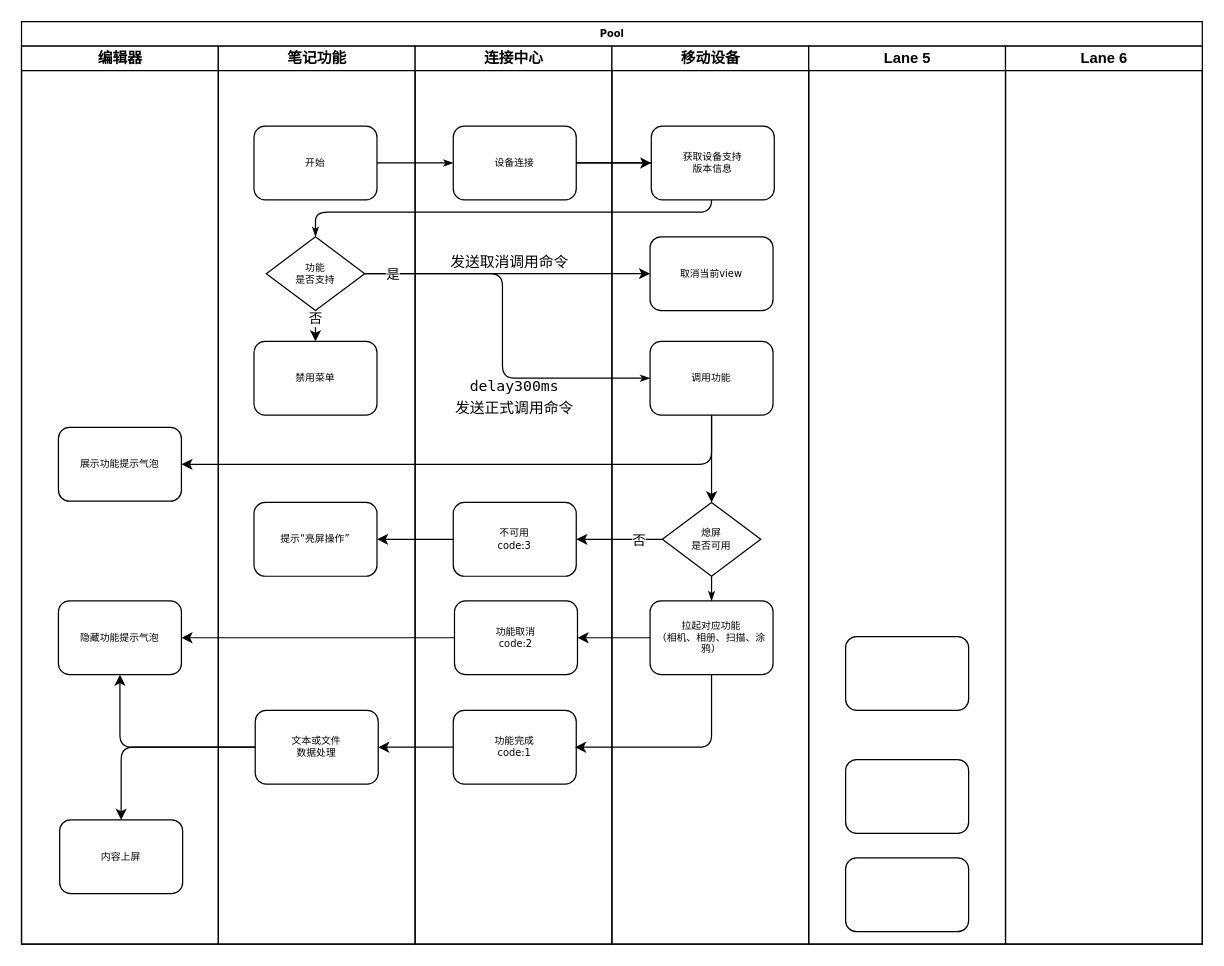
Earlier version of the draw.io diagram 设备调用流程.drawio (FElxy/notes). Source tidied: cells renumbered, new cells numbered last; positions are measured from the earlier drawing's top-left corner, leaving out a move shared by most shapes. Both pictures are drawn from the tidied source at 123%, with x=0, y=0 at pixel (21, 21).
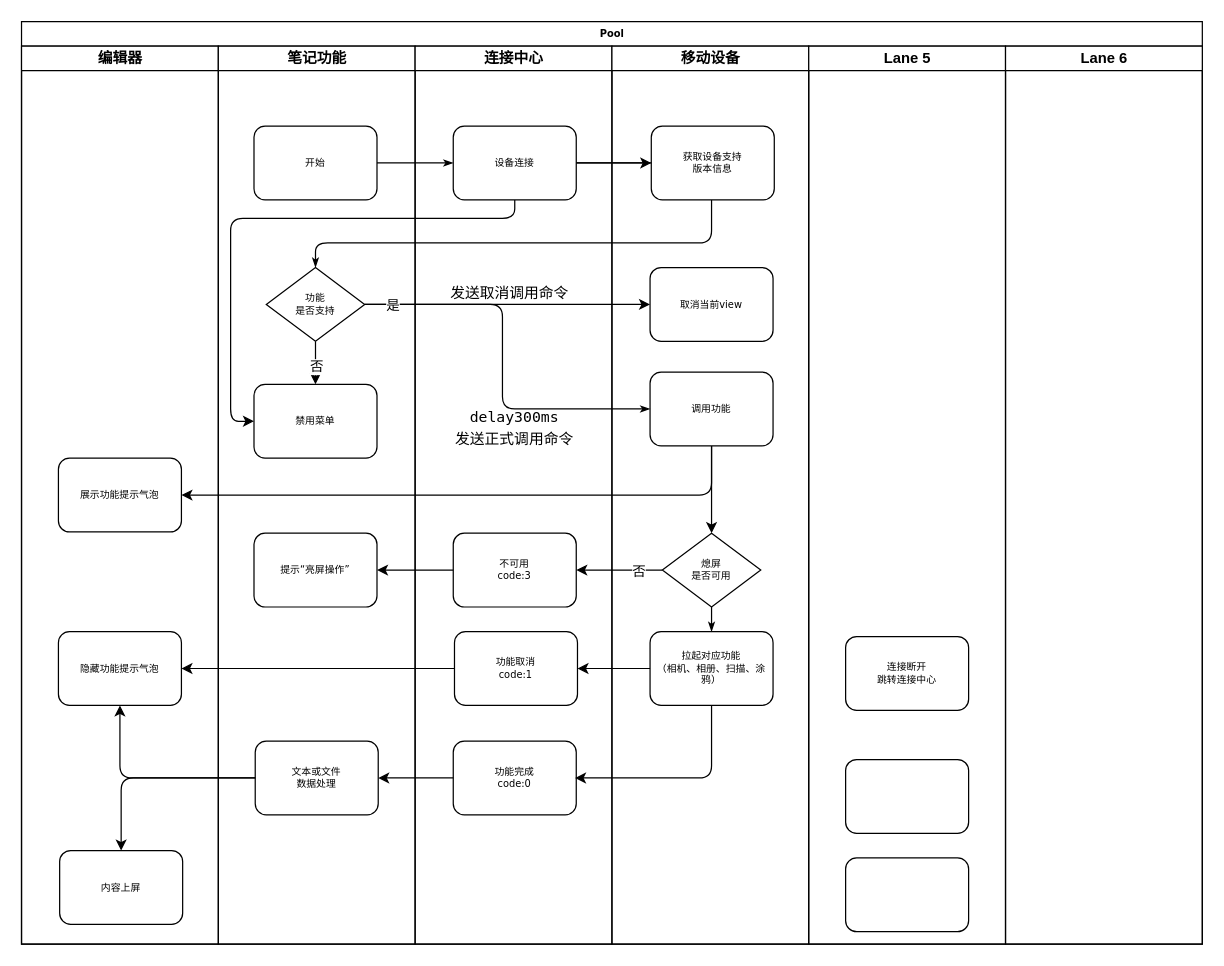
After the change.

Commit message (it also covers changes not shown here):
更新设备调用流程.drawio

Unchanged cells that the change refers to:
```xml
<mxCell id="2" value="Pool" style="swimlane;html=1;startSize=20;rounded=0;shadow=0;labelBackgroundColor=none;strokeWidth=1;fontFamily=Verdana;fontSize=8;align=center;" parent="1" vertex="1">
  <mxGeometry width="960" height="750" as="geometry" />
</mxCell>
<mxCell id="3" value="编辑器" style="swimlane;html=1;startSize=20;" parent="2" vertex="1">
  <mxGeometry y="20" width="160" height="730" as="geometry" />
</mxCell>
<mxCell id="7" value="笔记功能" style="swimlane;html=1;startSize=20;" parent="2" vertex="1">
  <mxGeometry x="160" y="20" width="160" height="730" as="geometry" />
</mxCell>
<mxCell id="9" value="连接中心" style="swimlane;html=1;startSize=20;" parent="2" vertex="1">
  <mxGeometry x="320" y="20" width="160" height="730" as="geometry" />
</mxCell>
<mxCell id="13" value="移动设备" style="swimlane;html=1;startSize=20;" parent="2" vertex="1">
  <mxGeometry x="480" y="20" width="160" height="730" as="geometry" />
</mxCell>
<mxCell id="22" value="设备连接" style="rounded=1;whiteSpace=wrap;html=1;shadow=0;labelBackgroundColor=none;strokeWidth=1;fontFamily=Verdana;fontSize=8;align=center;" parent="13" vertex="1">
  <mxGeometry x="-129" y="65" width="100" height="60" as="geometry" />
</mxCell>
<mxCell id="42" value="Lane 5" style="swimlane;html=1;startSize=20;" parent="2" vertex="1">
  <mxGeometry x="640" y="20" width="160" height="730" as="geometry" />
</mxCell>
```

Diff of the diagram source:
```diff
@@
     <mxCell id="4" value="展示功能提示气泡" style="rounded=1;whiteSpace=wrap;html=1;shadow=0;labelBackgroundColor=none;strokeWidth=1;fontFamily=Verdana;fontSize=8;align=center;" parent="3" vertex="1">
-      <mxGeometry x="30" y="310" width="100" height="60" as="geometry" />
+      <mxGeometry x="30" y="335" width="100" height="60" as="geometry" />
     </mxCell>
     <mxCell id="5" value="隐藏功能提示气泡" style="rounded=1;whiteSpace=wrap;html=1;shadow=0;labelBackgroundColor=none;strokeWidth=1;fontFamily=Verdana;fontSize=8;align=center;" parent="3" vertex="1">
-      <mxGeometry x="30" y="451" width="100" height="60" as="geometry" />
+      <mxGeometry x="30" y="476" width="100" height="60" as="geometry" />
     </mxCell>
     <mxCell id="6" value="内容上屏" style="rounded=1;whiteSpace=wrap;html=1;shadow=0;labelBackgroundColor=none;strokeWidth=1;fontFamily=Verdana;fontSize=8;align=center;" parent="3" vertex="1">
-      <mxGeometry x="31" y="629" width="100" height="60" as="geometry" />
+      <mxGeometry x="31" y="654" width="100" height="60" as="geometry" />
     </mxCell>
@@
     <mxCell id="8" value="文本或文件&lt;br&gt;数据处理" style="rounded=1;whiteSpace=wrap;html=1;shadow=0;labelBackgroundColor=none;strokeWidth=1;fontFamily=Verdana;fontSize=8;align=center;" parent="7" vertex="1">
-      <mxGeometry x="30" y="540" width="100" height="60" as="geometry" />
+      <mxGeometry x="30" y="565" width="100" height="60" as="geometry" />
     </mxCell>
+    <mxCell id="16" value="禁用菜单" style="rounded=1;whiteSpace=wrap;html=1;shadow=0;labelBackgroundColor=none;strokeWidth=1;fontFamily=Verdana;fontSize=8;align=center;" parent="7" vertex="1">
+      <mxGeometry x="29" y="275" width="100" height="60" as="geometry" />
+    </mxCell>
@@
-    <mxCell id="10" value="功能完成&lt;br&gt;code:1" style="rounded=1;whiteSpace=wrap;html=1;shadow=0;labelBackgroundColor=none;strokeWidth=1;fontFamily=Verdana;fontSize=8;align=center;" parent="9" vertex="1">
-      <mxGeometry x="31" y="540" width="100" height="60" as="geometry" />
+    <mxCell id="10" value="功能完成&lt;br&gt;code:0" style="rounded=1;whiteSpace=wrap;html=1;shadow=0;labelBackgroundColor=none;strokeWidth=1;fontFamily=Verdana;fontSize=8;align=center;" parent="9" vertex="1">
+      <mxGeometry x="31" y="565" width="100" height="60" as="geometry" />
     </mxCell>
@@
     <mxCell id="15" value="功能&lt;br&gt;是否支持" style="rhombus;whiteSpace=wrap;html=1;rounded=0;shadow=0;labelBackgroundColor=none;strokeWidth=1;fontFamily=Verdana;fontSize=8;align=center;" parent="13" vertex="1">
-      <mxGeometry x="-281" y="155" width="80" height="60" as="geometry" />
+      <mxGeometry x="-281" y="180" width="80" height="60" as="geometry" />
     </mxCell>
-    <mxCell id="16" value="禁用菜单" style="rounded=1;whiteSpace=wrap;html=1;shadow=0;labelBackgroundColor=none;strokeWidth=1;fontFamily=Verdana;fontSize=8;align=center;" parent="13" vertex="1">
-      <mxGeometry x="-291" y="240" width="100" height="60" as="geometry" />
-    </mxCell>
-    <mxCell id="17" style="edgeStyle=orthogonalEdgeStyle;rounded=0;jettySize=auto;html=1;exitX=0.5;exitY=1;exitDx=0;exitDy=0;entryX=0.5;entryY=0;entryDx=0;entryDy=0;" parent="13" edge="1" source="15" target="16">
-      <mxGeometry relative="1" as="geometry" />
-    </mxCell>
-    <mxCell id="18" value="否" style="edgeLabel;html=1;align=center;verticalAlign=middle;" parent="17" vertex="1">
-      <mxGeometry x="-0.49" y="-1" relative="1" as="geometry" />
-    </mxCell>
     <mxCell id="19" value="提示“亮屏操作”" style="rounded=1;whiteSpace=wrap;html=1;shadow=0;labelBackgroundColor=none;strokeWidth=1;fontFamily=Verdana;fontSize=8;align=center;" parent="13" vertex="1">
-      <mxGeometry x="-291" y="371" width="100" height="60" as="geometry" />
+      <mxGeometry x="-291" y="396" width="100" height="60" as="geometry" />
     </mxCell>
@@
     <mxCell id="21" style="edgeStyle=orthogonalEdgeStyle;rounded=1;html=1;labelBackgroundColor=none;startArrow=none;startFill=0;startSize=5;endArrow=classicThin;endFill=1;endSize=5;jettySize=auto;strokeWidth=1;fontFamily=Verdana;fontSize=8;entryX=0.5;entryY=0;entryDx=0;entryDy=0;" parent="13" edge="1" source="22" target="15">
       <mxGeometry relative="1" as="geometry">
         <Array as="points">
           <mxPoint x="81" y="95" />
-          <mxPoint x="81" y="135" />
-          <mxPoint x="-241" y="135" />
+          <mxPoint x="81" y="160" />
+          <mxPoint x="-241" y="160" />
         </Array>
       </mxGeometry>
     </mxCell>
@@
     <mxCell id="23" value="&lt;div style=&quot;font-family: Menlo, Monaco, &amp;quot;Courier New&amp;quot;, monospace; line-height: 18px;&quot;&gt;&lt;span style=&quot;background-color: rgb(255, 255, 255);&quot;&gt;发送取消调用命令&lt;/span&gt;&lt;/div&gt;" style="text;html=1;strokeColor=none;fillColor=none;align=center;verticalAlign=middle;whiteSpace=wrap;rounded=0;" parent="13" vertex="1">
-      <mxGeometry x="-138" y="160" width="110" height="30" as="geometry" />
+      <mxGeometry x="-138" y="185" width="110" height="30" as="geometry" />
     </mxCell>
     <mxCell id="24" value="&lt;div style=&quot;font-family: Menlo, Monaco, &amp;quot;Courier New&amp;quot;, monospace; line-height: 18px;&quot;&gt;&lt;span style=&quot;background-color: rgb(255, 255, 255);&quot;&gt;delay300ms&lt;/span&gt;&lt;/div&gt;&lt;div style=&quot;font-family: Menlo, Monaco, &amp;quot;Courier New&amp;quot;, monospace; line-height: 18px;&quot;&gt;&lt;span style=&quot;background-color: rgb(255, 255, 255);&quot;&gt;发送正式调用命令&lt;/span&gt;&lt;/div&gt;" style="text;html=1;strokeColor=none;fillColor=none;align=center;verticalAlign=middle;whiteSpace=wrap;rounded=0;" parent="13" vertex="1">
-      <mxGeometry x="-134" y="270" width="110" height="30" as="geometry" />
+      <mxGeometry x="-134" y="295" width="110" height="30" as="geometry" />
     </mxCell>
     <mxCell id="25" value="不可用&lt;br&gt;code:3" style="rounded=1;whiteSpace=wrap;html=1;shadow=0;labelBackgroundColor=none;strokeWidth=1;fontFamily=Verdana;fontSize=8;align=center;" parent="13" vertex="1">
-      <mxGeometry x="-129" y="371" width="100" height="60" as="geometry" />
+      <mxGeometry x="-129" y="396" width="100" height="60" as="geometry" />
     </mxCell>
-    <mxCell id="26" value="功能取消&lt;br&gt;code:2" style="rounded=1;whiteSpace=wrap;html=1;shadow=0;labelBackgroundColor=none;strokeWidth=1;fontFamily=Verdana;fontSize=8;align=center;" parent="13" vertex="1">
-      <mxGeometry x="-128" y="451" width="100" height="60" as="geometry" />
+    <mxCell id="26" value="功能取消&lt;br&gt;code:1" style="rounded=1;whiteSpace=wrap;html=1;shadow=0;labelBackgroundColor=none;strokeWidth=1;fontFamily=Verdana;fontSize=8;align=center;" parent="13" vertex="1">
+      <mxGeometry x="-128" y="476" width="100" height="60" as="geometry" />
     </mxCell>
@@
     <mxCell id="30" value="取消当前view" style="rounded=1;whiteSpace=wrap;html=1;shadow=0;labelBackgroundColor=none;strokeWidth=1;fontFamily=Verdana;fontSize=8;align=center;" parent="13" vertex="1">
-      <mxGeometry x="31" y="155" width="100" height="60" as="geometry" />
+      <mxGeometry x="31" y="180" width="100" height="60" as="geometry" />
     </mxCell>
     <mxCell id="31" value="熄屏&lt;br&gt;是否可用" style="rhombus;whiteSpace=wrap;html=1;rounded=0;shadow=0;labelBackgroundColor=none;strokeWidth=1;fontFamily=Verdana;fontSize=8;align=center;" parent="13" vertex="1">
-      <mxGeometry x="41" y="371" width="80" height="60" as="geometry" />
+      <mxGeometry x="41" y="396" width="80" height="60" as="geometry" />
     </mxCell>
@@
     <mxCell id="34" value="调用功能" style="rounded=1;whiteSpace=wrap;html=1;shadow=0;labelBackgroundColor=none;strokeWidth=1;fontFamily=Verdana;fontSize=8;align=center;" parent="13" vertex="1">
-      <mxGeometry x="31" y="240" width="100" height="60" as="geometry" />
+      <mxGeometry x="31" y="265" width="100" height="60" as="geometry" />
     </mxCell>
     <mxCell id="35" value="拉起对应功能&lt;br&gt;（相机、相册、扫描、涂鸦）" style="rounded=1;whiteSpace=wrap;html=1;shadow=0;labelBackgroundColor=none;strokeWidth=1;fontFamily=Verdana;fontSize=8;align=center;" parent="13" vertex="1">
-      <mxGeometry x="31" y="451" width="100" height="60" as="geometry" />
+      <mxGeometry x="31" y="476" width="100" height="60" as="geometry" />
     </mxCell>
@@
     <mxCell id="39" style="edgeStyle=orthogonalEdgeStyle;rounded=1;html=1;labelBackgroundColor=none;startArrow=none;startFill=0;startSize=5;endArrow=classicThin;endFill=1;endSize=5;jettySize=auto;strokeWidth=1;fontFamily=Verdana;fontSize=8;entryX=0;entryY=0.5;entryDx=0;entryDy=0;exitX=1;exitY=0.5;exitDx=0;exitDy=0;" parent="13" edge="1" source="15" target="34">
       <mxGeometry relative="1" as="geometry">
         <Array as="points">
-          <mxPoint x="-89" y="185" />
-          <mxPoint x="-89" y="270" />
+          <mxPoint x="-89" y="210" />
+          <mxPoint x="-89" y="295" />
         </Array>
       </mxGeometry>
     </mxCell>
@@
-    <mxCell id="45" style="rounded=1;whiteSpace=wrap;html=1;shadow=0;labelBackgroundColor=none;strokeWidth=1;fontFamily=Verdana;fontSize=8;align=center;" parent="42" vertex="1">
+    <mxCell id="45" value="连接断开&lt;br&gt;跳转连接中心" style="rounded=1;whiteSpace=wrap;html=1;shadow=0;labelBackgroundColor=none;strokeWidth=1;fontFamily=Verdana;fontSize=8;align=center;" parent="42" vertex="1">
       <mxGeometry x="30" y="480" width="100" height="60" as="geometry" />
     </mxCell>
@@
     <mxCell id="49" style="edgeStyle=orthogonalEdgeStyle;rounded=1;jettySize=auto;html=1;exitX=0.5;exitY=1;exitDx=0;exitDy=0;" parent="2" edge="1" source="35">
       <mxGeometry relative="1" as="geometry">
-        <mxPoint x="450" y="590" as="targetPoint" />
+        <mxPoint x="450" y="615" as="targetPoint" />
         <Array as="points">
-          <mxPoint x="561" y="590" />
+          <mxPoint x="561" y="615" />
         </Array>
       </mxGeometry>
     </mxCell>
     <mxCell id="50" style="edgeStyle=orthogonalEdgeStyle;rounded=1;jettySize=auto;html=1;exitX=0;exitY=0.5;exitDx=0;exitDy=0;entryX=0.5;entryY=1;entryDx=0;entryDy=0;" parent="2" edge="1" source="8" target="5">
       <mxGeometry relative="1" as="geometry">
         <Array as="points">
-          <mxPoint x="80" y="590" />
+          <mxPoint x="80" y="615" />
         </Array>
       </mxGeometry>
     </mxCell>
+    <mxCell id="17" style="edgeStyle=orthogonalEdgeStyle;rounded=0;jettySize=auto;html=1;exitX=0.5;exitY=1;exitDx=0;exitDy=0;entryX=0.5;entryY=0;entryDx=0;entryDy=0;" parent="2" edge="1" source="15" target="16">
+      <mxGeometry relative="1" as="geometry" />
+    </mxCell>
+    <mxCell id="18" value="否" style="edgeLabel;html=1;align=center;verticalAlign=middle;" parent="17" vertex="1">
+      <mxGeometry x="-0.49" y="-1" relative="1" as="geometry">
+        <mxPoint x="1" y="11" as="offset" />
+      </mxGeometry>
+    </mxCell>
+    <mxCell id="51" style="edgeStyle=orthogonalEdgeStyle;rounded=1;jettySize=auto;html=1;exitX=0.5;exitY=1;exitDx=0;exitDy=0;" parent="2" edge="1" source="22" target="16">
+      <mxGeometry relative="1" as="geometry">
+        <Array as="points">
+          <mxPoint x="401" y="160" />
+          <mxPoint x="170" y="160" />
+          <mxPoint x="170" y="325" />
+        </Array>
+      </mxGeometry>
+    </mxCell>
```
